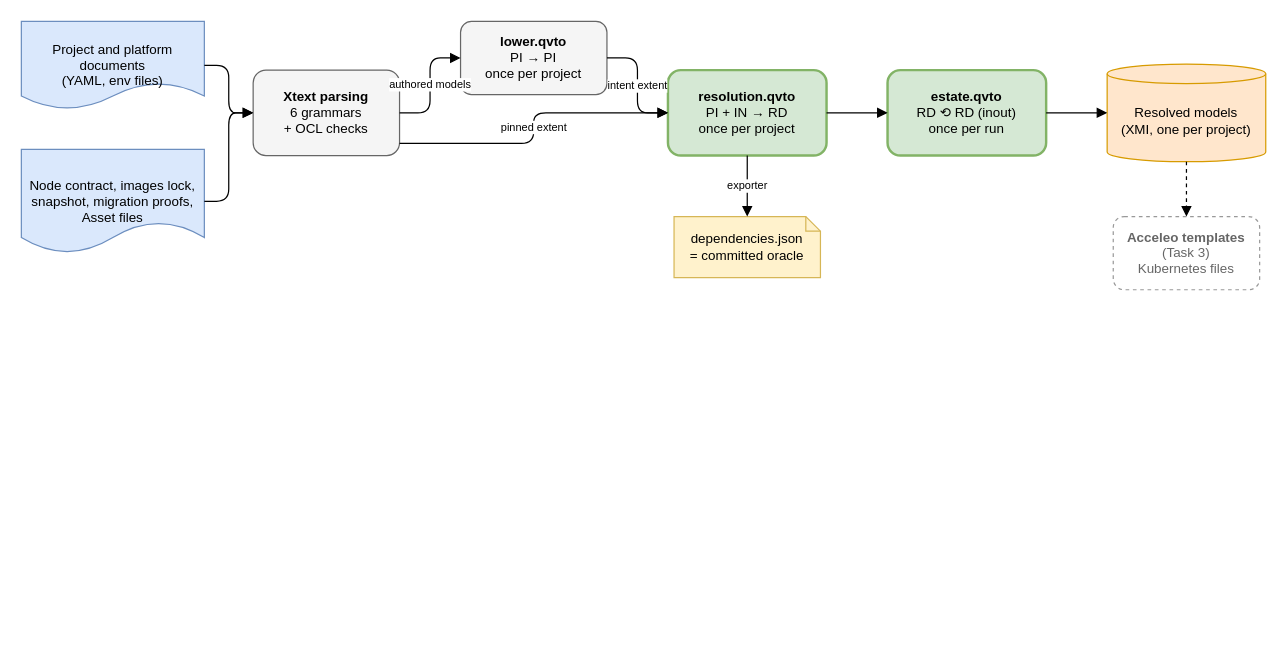
This is docs/mde/task-2-transformations/Figures/pipeline.drawio from JorisJonkers-dev/deploy-kit, a draw.io file, before an edit. Source tidied: cells renumbered, new cells numbered last; positions are measured from the earlier drawing's top-left corner, leaving out a move shared by most shapes. Both pictures are drawn from the tidied source at 122%, with x=0, y=0 at pixel (21, 21).
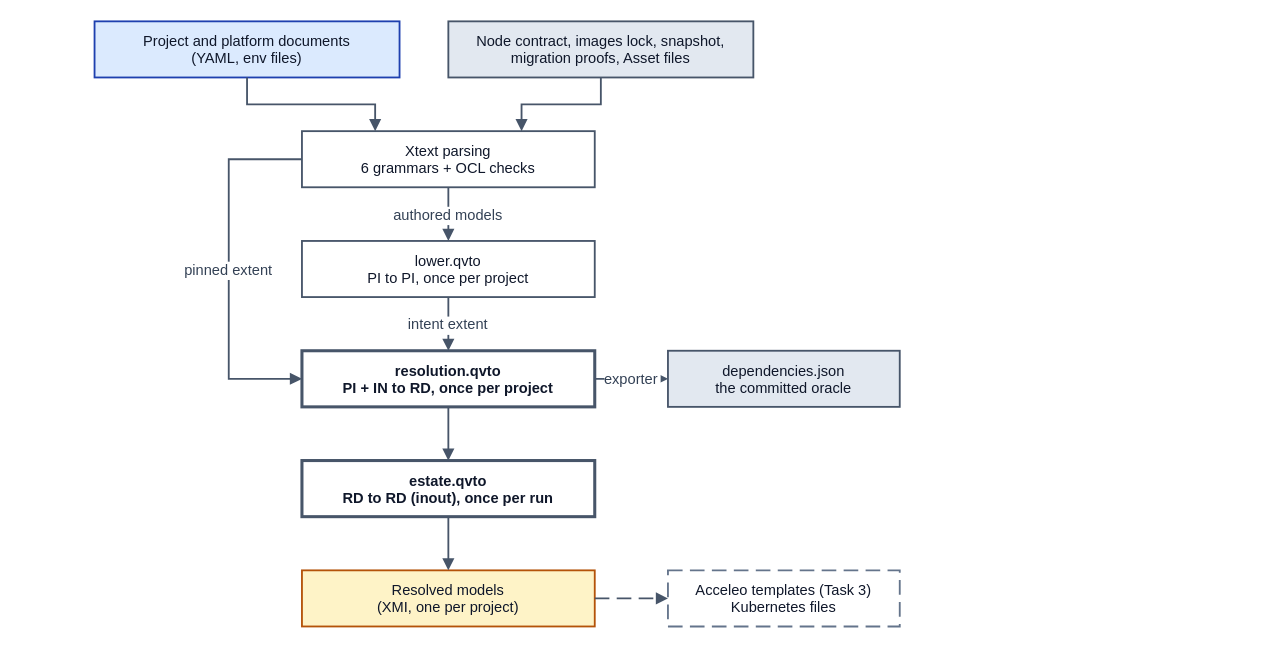
After the change.

What changed in the source:
```diff
@@
-    <mxCell id="2" value="Project and platform documents&lt;br&gt;(YAML, env files)" style="shape=document;whiteSpace=wrap;html=1;fillColor=#dae8fc;strokeColor=#6c8ebf;fontSize=11;" parent="1" vertex="1">
-      <mxGeometry width="150" height="72" as="geometry" />
+    <mxCell id="2" value="Project and platform documents&#10;(YAML, env files)" style="rounded=0;whiteSpace=nowrap;html=0;align=center;verticalAlign=middle;fillColor=#dbeafe;strokeColor=#1e40af;strokeWidth=1.5;fontFamily=Helvetica;fontSize=12;fontColor=#0f172a;" parent="1" vertex="1">
+      <mxGeometry x="60" width="250" height="46" as="geometry" />
     </mxCell>
-    <mxCell id="3" value="Node contract, images lock,&lt;br&gt;snapshot, migration proofs,&lt;br&gt;Asset files" style="shape=document;whiteSpace=wrap;html=1;fillColor=#dae8fc;strokeColor=#6c8ebf;fontSize=11;" parent="1" vertex="1">
-      <mxGeometry y="105" width="150" height="85" as="geometry" />
+    <mxCell id="3" value="Node contract, images lock, snapshot,&#10;migration proofs, Asset files" style="rounded=0;whiteSpace=nowrap;html=0;align=center;verticalAlign=middle;fillColor=#e2e8f0;strokeColor=#475569;strokeWidth=1.5;fontFamily=Helvetica;fontSize=12;fontColor=#0f172a;" parent="1" vertex="1">
+      <mxGeometry x="350" width="250" height="46" as="geometry" />
     </mxCell>
-    <mxCell id="4" value="&lt;b&gt;Xtext parsing&lt;/b&gt;&lt;br&gt;6 grammars&lt;br&gt;+ OCL checks" style="rounded=1;whiteSpace=wrap;html=1;fillColor=#f5f5f5;strokeColor=#666666;fontSize=11;" parent="1" vertex="1">
-      <mxGeometry x="190" y="40" width="120" height="70" as="geometry" />
+    <mxCell id="4" value="Xtext parsing&#10;6 grammars + OCL checks" style="rounded=0;whiteSpace=nowrap;html=0;align=center;verticalAlign=middle;fillColor=#ffffff;strokeColor=#475569;strokeWidth=1.5;fontFamily=Helvetica;fontSize=12;fontColor=#0f172a;" parent="1" vertex="1">
+      <mxGeometry x="230" y="90" width="240" height="46" as="geometry" />
     </mxCell>
-    <mxCell id="5" value="&lt;b&gt;lower.qvto&lt;/b&gt;&lt;br&gt;PI → PI&lt;br&gt;once per project" style="rounded=1;whiteSpace=wrap;html=1;fillColor=#f5f5f5;strokeColor=#666666;fontSize=11;" parent="1" vertex="1">
-      <mxGeometry x="360" width="120" height="60" as="geometry" />
+    <mxCell id="5" value="lower.qvto&#10;PI to PI, once per project" style="rounded=0;whiteSpace=nowrap;html=0;align=center;verticalAlign=middle;fillColor=#ffffff;strokeColor=#475569;strokeWidth=1.5;fontFamily=Helvetica;fontSize=12;fontColor=#0f172a;" parent="1" vertex="1">
+      <mxGeometry x="230" y="180" width="240" height="46" as="geometry" />
     </mxCell>
-    <mxCell id="6" value="&lt;b&gt;resolution.qvto&lt;/b&gt;&lt;br&gt;PI + IN → RD&lt;br&gt;once per project" style="rounded=1;whiteSpace=wrap;html=1;fillColor=#d5e8d4;strokeColor=#82b366;strokeWidth=2;fontSize=11;" parent="1" vertex="1">
-      <mxGeometry x="530" y="40" width="130" height="70" as="geometry" />
+    <mxCell id="6" value="resolution.qvto&#10;PI + IN to RD, once per project" style="rounded=0;whiteSpace=nowrap;html=0;align=center;verticalAlign=middle;fillColor=#ffffff;strokeColor=#475569;strokeWidth=1.5;fontFamily=Helvetica;fontSize=12;fontColor=#0f172a;fontStyle=1;strokeWidth=2.5;" parent="1" vertex="1">
+      <mxGeometry x="230" y="270" width="240" height="46" as="geometry" />
     </mxCell>
+    <mxCell id="20" value="dependencies.json&#10;the committed oracle" style="rounded=0;whiteSpace=nowrap;html=0;align=center;verticalAlign=middle;fillColor=#e2e8f0;strokeColor=#475569;strokeWidth=1.5;fontFamily=Helvetica;fontSize=12;fontColor=#0f172a;" parent="1" vertex="1">
+      <mxGeometry x="530" y="270" width="190" height="46" as="geometry" />
+    </mxCell>
-    <mxCell id="7" value="&lt;b&gt;estate.qvto&lt;/b&gt;&lt;br&gt;RD ⟲ RD (inout)&lt;br&gt;once per run" style="rounded=1;whiteSpace=wrap;html=1;fillColor=#d5e8d4;strokeColor=#82b366;strokeWidth=2;fontSize=11;" parent="1" vertex="1">
-      <mxGeometry x="710" y="40" width="130" height="70" as="geometry" />
+    <mxCell id="7" value="estate.qvto&#10;RD to RD (inout), once per run" style="rounded=0;whiteSpace=nowrap;html=0;align=center;verticalAlign=middle;fillColor=#ffffff;strokeColor=#475569;strokeWidth=1.5;fontFamily=Helvetica;fontSize=12;fontColor=#0f172a;fontStyle=1;strokeWidth=2.5;" parent="1" vertex="1">
+      <mxGeometry x="230" y="360" width="240" height="46" as="geometry" />
     </mxCell>
-    <mxCell id="8" value="Resolved models&lt;br&gt;(XMI, one per project)" style="shape=cylinder3;whiteSpace=wrap;html=1;boundedLbl=1;size=8;fillColor=#ffe6cc;strokeColor=#d79b00;fontSize=11;" parent="1" vertex="1">
-      <mxGeometry x="890" y="35" width="130" height="80" as="geometry" />
+    <mxCell id="8" value="Resolved models&#10;(XMI, one per project)" style="rounded=0;whiteSpace=nowrap;html=0;align=center;verticalAlign=middle;fillColor=#fef3c7;strokeColor=#b45309;strokeWidth=1.5;fontFamily=Helvetica;fontSize=12;fontColor=#0f172a;" parent="1" vertex="1">
+      <mxGeometry x="230" y="450" width="240" height="46" as="geometry" />
     </mxCell>
-    <mxCell id="9" value="dependencies.json&lt;br&gt;= committed oracle" style="shape=note;whiteSpace=wrap;html=1;size=12;fillColor=#fff2cc;strokeColor=#d6b656;fontSize=11;" parent="1" vertex="1">
-      <mxGeometry x="535" y="160" width="120" height="50" as="geometry" />
-    </mxCell>
-    <mxCell id="10" value="&lt;b&gt;Acceleo templates&lt;/b&gt;&lt;br&gt;(Task 3)&lt;br&gt;Kubernetes files" style="rounded=1;whiteSpace=wrap;html=1;dashed=1;fillColor=#ffffff;strokeColor=#999999;fontColor=#666666;fontSize=11;" parent="1" vertex="1">
-      <mxGeometry x="895" y="160" width="120" height="60" as="geometry" />
+    <mxCell id="10" value="Acceleo templates (Task 3)&#10;Kubernetes files" style="rounded=0;whiteSpace=nowrap;html=0;align=center;verticalAlign=middle;fillColor=#ffffff;strokeColor=#64748b;strokeWidth=1.5;fontFamily=Helvetica;fontSize=12;fontColor=#0f172a;dashed=1;dashPattern=8 4;" parent="1" vertex="1">
+      <mxGeometry x="530" y="450" width="190" height="46" as="geometry" />
     </mxCell>
+    <mxCell id="21" style="edgeStyle=orthogonalEdgeStyle;rounded=0;html=0;jettySize=auto;endArrow=block;endFill=1;strokeColor=#475569;strokeWidth=1.5;fontSize=12;fontFamily=Helvetica;fontColor=#334155;labelBackgroundColor=#ffffff;exitX=0.5;exitY=1;exitDx=0;exitDy=0;entryX=0.25;entryY=0;entryDx=0;entryDy=0;" parent="1" edge="1" source="2" target="4">
+      <mxGeometry relative="1" as="geometry">
+        <Array as="points">
+          <mxPoint x="185" y="68" />
+          <mxPoint x="290" y="68" />
+        </Array>
+      </mxGeometry>
+    </mxCell>
-    <mxCell id="11" style="edgeStyle=orthogonalEdgeStyle;html=1;endArrow=block;endFill=1;" parent="1" edge="1" source="2" target="4">
-      <mxGeometry relative="1" as="geometry" />
+    <mxCell id="11" style="edgeStyle=orthogonalEdgeStyle;rounded=0;html=0;jettySize=auto;endArrow=block;endFill=1;strokeColor=#475569;strokeWidth=1.5;fontSize=12;fontFamily=Helvetica;fontColor=#334155;labelBackgroundColor=#ffffff;exitX=0.5;exitY=1;exitDx=0;exitDy=0;entryX=0.75;entryY=0;entryDx=0;entryDy=0;" parent="1" edge="1" source="3" target="4">
+      <mxGeometry relative="1" as="geometry">
+        <Array as="points">
+          <mxPoint x="475" y="68" />
+          <mxPoint x="410" y="68" />
+        </Array>
+      </mxGeometry>
     </mxCell>
-    <mxCell id="12" style="edgeStyle=orthogonalEdgeStyle;html=1;endArrow=block;endFill=1;" parent="1" edge="1" source="3" target="4">
+    <mxCell id="12" value="authored models" style="edgeStyle=orthogonalEdgeStyle;rounded=0;html=0;jettySize=auto;endArrow=block;endFill=1;strokeColor=#475569;strokeWidth=1.5;fontSize=12;fontFamily=Helvetica;fontColor=#334155;labelBackgroundColor=#ffffff;exitX=0.5;exitY=1;exitDx=0;exitDy=0;entryX=0.5;entryY=0;entryDx=0;entryDy=0;" parent="1" edge="1" source="4" target="5">
       <mxGeometry relative="1" as="geometry" />
     </mxCell>
-    <mxCell id="13" value="authored models" style="edgeStyle=orthogonalEdgeStyle;html=1;endArrow=block;endFill=1;fontSize=9;" parent="1" edge="1" source="4" target="5">
+    <mxCell id="13" value="intent extent" style="edgeStyle=orthogonalEdgeStyle;rounded=0;html=0;jettySize=auto;endArrow=block;endFill=1;strokeColor=#475569;strokeWidth=1.5;fontSize=12;fontFamily=Helvetica;fontColor=#334155;labelBackgroundColor=#ffffff;exitX=0.5;exitY=1;exitDx=0;exitDy=0;entryX=0.5;entryY=0;entryDx=0;entryDy=0;" parent="1" edge="1" source="5" target="6">
       <mxGeometry relative="1" as="geometry" />
     </mxCell>
-    <mxCell id="14" value="intent extent" style="edgeStyle=orthogonalEdgeStyle;html=1;endArrow=block;endFill=1;fontSize=9;" parent="1" edge="1" source="5" target="6">
-      <mxGeometry relative="1" as="geometry" />
+    <mxCell id="14" value="pinned extent" style="edgeStyle=orthogonalEdgeStyle;rounded=0;html=0;jettySize=auto;endArrow=block;endFill=1;strokeColor=#475569;strokeWidth=1.5;fontSize=12;fontFamily=Helvetica;fontColor=#334155;labelBackgroundColor=#ffffff;exitX=0;exitY=0.5;exitDx=0;exitDy=0;entryX=0;entryY=0.5;entryDx=0;entryDy=0;" parent="1" edge="1" source="4" target="6">
+      <mxGeometry relative="1" as="geometry">
+        <Array as="points">
+          <mxPoint x="170" y="113" />
+          <mxPoint x="170" y="293" />
+        </Array>
+      </mxGeometry>
     </mxCell>
-    <mxCell id="15" value="pinned extent" style="edgeStyle=orthogonalEdgeStyle;html=1;endArrow=block;endFill=1;fontSize=9;" parent="1" edge="1" source="4" target="6">
-      <mxGeometry relative="1" as="geometry">
-        <Array as="points">
-          <mxPoint x="420" y="100" />
-        </Array>
-      </mxGeometry>
+    <mxCell id="15" value="exporter" style="edgeStyle=orthogonalEdgeStyle;rounded=0;html=0;jettySize=auto;endArrow=block;endFill=1;strokeColor=#475569;strokeWidth=1.5;fontSize=12;fontFamily=Helvetica;fontColor=#334155;labelBackgroundColor=#ffffff;exitX=1;exitY=0.5;exitDx=0;exitDy=0;entryX=0;entryY=0.5;entryDx=0;entryDy=0;" parent="1" edge="1" source="6" target="20">
+      <mxGeometry relative="1" as="geometry" />
     </mxCell>
-    <mxCell id="16" style="edgeStyle=orthogonalEdgeStyle;html=1;endArrow=block;endFill=1;" parent="1" edge="1" source="6" target="7">
+    <mxCell id="16" style="edgeStyle=orthogonalEdgeStyle;rounded=0;html=0;jettySize=auto;endArrow=block;endFill=1;strokeColor=#475569;strokeWidth=1.5;fontSize=12;fontFamily=Helvetica;fontColor=#334155;labelBackgroundColor=#ffffff;exitX=0.5;exitY=1;exitDx=0;exitDy=0;entryX=0.5;entryY=0;entryDx=0;entryDy=0;" parent="1" edge="1" source="6" target="7">
       <mxGeometry relative="1" as="geometry" />
     </mxCell>
-    <mxCell id="17" style="edgeStyle=orthogonalEdgeStyle;html=1;endArrow=block;endFill=1;" parent="1" edge="1" source="7" target="8">
+    <mxCell id="17" style="edgeStyle=orthogonalEdgeStyle;rounded=0;html=0;jettySize=auto;endArrow=block;endFill=1;strokeColor=#475569;strokeWidth=1.5;fontSize=12;fontFamily=Helvetica;fontColor=#334155;labelBackgroundColor=#ffffff;exitX=0.5;exitY=1;exitDx=0;exitDy=0;entryX=0.5;entryY=0;entryDx=0;entryDy=0;" parent="1" edge="1" source="7" target="8">
       <mxGeometry relative="1" as="geometry" />
     </mxCell>
-    <mxCell id="18" value="exporter" style="edgeStyle=orthogonalEdgeStyle;html=1;endArrow=block;endFill=1;fontSize=9;" parent="1" edge="1" source="6" target="9">
+    <mxCell id="18" style="edgeStyle=orthogonalEdgeStyle;rounded=0;html=0;jettySize=auto;endArrow=block;endFill=1;strokeColor=#475569;strokeWidth=1.5;fontSize=12;fontFamily=Helvetica;fontColor=#334155;labelBackgroundColor=#ffffff;dashed=1;dashPattern=8 4;exitX=1;exitY=0.5;exitDx=0;exitDy=0;entryX=0;entryY=0.5;entryDx=0;entryDy=0;" parent="1" edge="1" source="8" target="10">
       <mxGeometry relative="1" as="geometry" />
     </mxCell>
-    <mxCell id="19" style="edgeStyle=orthogonalEdgeStyle;html=1;endArrow=block;endFill=1;dashed=1;" parent="1" edge="1" source="8" target="10">
-      <mxGeometry relative="1" as="geometry" />
-    </mxCell>
```
